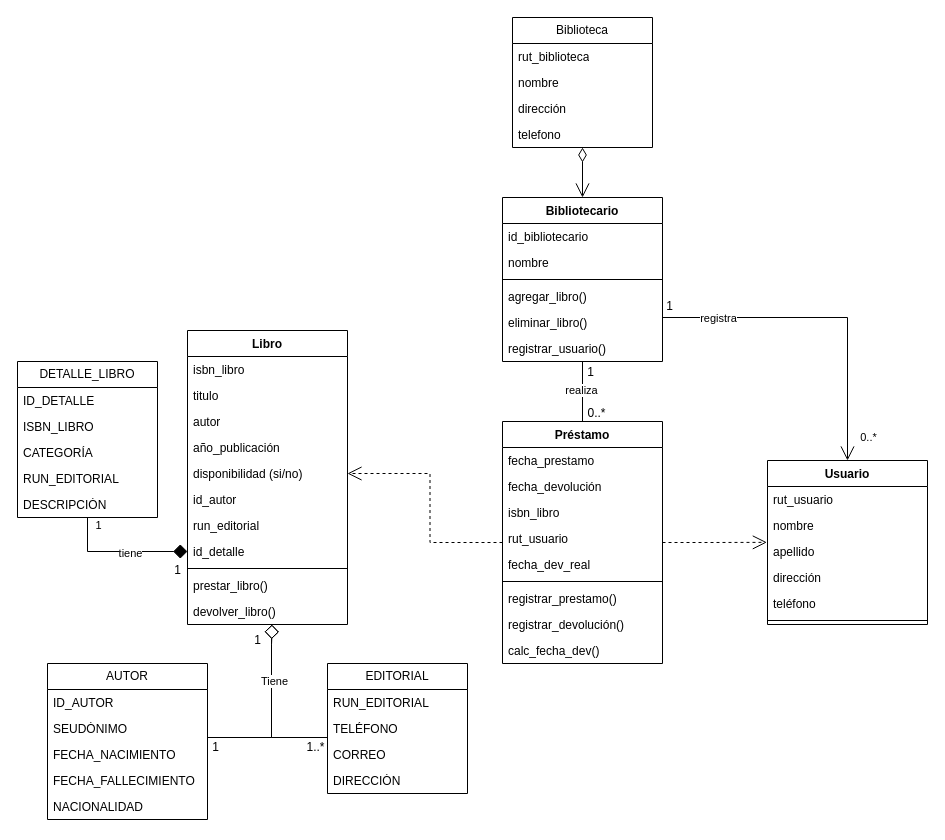
Above: Diagrama sin título.drawio in Wiccaos/POO (draw.io), before the change. Source tidied: cells renumbered, new cells numbered last; positions are measured from the earlier drawing's top-left corner, leaving out a move shared by most shapes. Both pictures are drawn from the tidied source at 100%, with x=0, y=0 at pixel (17, 17).
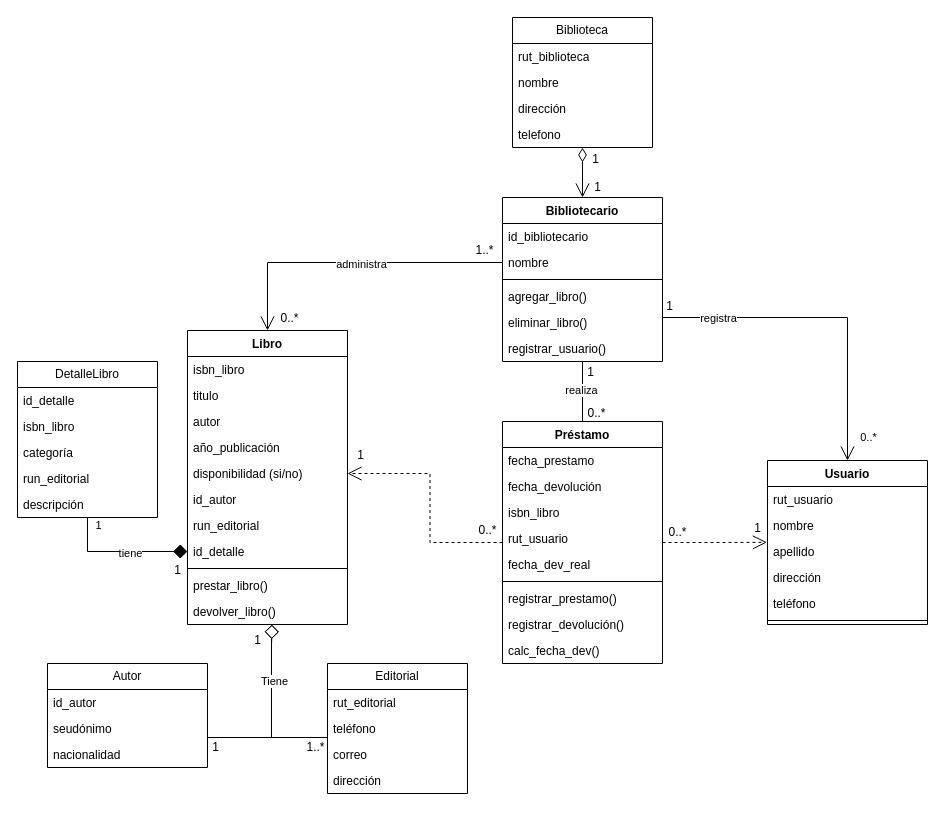
The same diagram, later.

The change refers to these unchanged cells:
```xml
<mxCell id="22" value="Libro" style="swimlane;fontStyle=1;align=center;verticalAlign=top;horizontal=1;startSize=26;whiteSpace=wrap;html=1;" parent="1" vertex="1">
  <mxGeometry x="170" y="313" width="160" height="294" as="geometry" />
</mxCell>
<mxCell id="48" value="nombre" style="text;strokeColor=none;fillColor=none;align=left;verticalAlign=top;spacingLeft=4;spacingRight=4;overflow=hidden;points=[[0,0.5],[1,0.5]];portConstraint=eastwest;whiteSpace=wrap;html=1;" parent="46" vertex="1">
  <mxGeometry y="52" width="160" height="26" as="geometry" />
</mxCell>
```

What changed in the source:
```diff
@@
-    <mxCell id="2" value="AUTOR" style="swimlane;fontStyle=0;horizontal=1;startSize=26;fillColor=none;whiteSpace=wrap;html=1;" parent="1" vertex="1">
-      <mxGeometry x="30" y="646" width="160" height="156" as="geometry" />
+    <mxCell id="2" value="Autor" style="swimlane;fontStyle=0;horizontal=1;startSize=26;fillColor=none;whiteSpace=wrap;html=1;" parent="1" vertex="1">
+      <mxGeometry x="30" y="646" width="160" height="104" as="geometry" />
     </mxCell>
-    <mxCell id="3" value="ID_AUTOR" style="text;strokeColor=none;fillColor=none;align=left;verticalAlign=top;spacingLeft=4;spacingRight=4;overflow=hidden;whiteSpace=wrap;html=1;" parent="2" vertex="1">
+    <mxCell id="3" value="id_autor" style="text;strokeColor=none;fillColor=none;align=left;verticalAlign=top;spacingLeft=4;spacingRight=4;overflow=hidden;whiteSpace=wrap;html=1;" parent="2" vertex="1">
       <mxGeometry y="26" width="160" height="26" as="geometry" />
     </mxCell>
-    <mxCell id="4" value="SEUDÓNIMO" style="text;strokeColor=none;fillColor=none;align=left;verticalAlign=top;spacingLeft=4;spacingRight=4;overflow=hidden;whiteSpace=wrap;html=1;" parent="2" vertex="1">
+    <mxCell id="4" value="seudónimo" style="text;strokeColor=none;fillColor=none;align=left;verticalAlign=top;spacingLeft=4;spacingRight=4;overflow=hidden;whiteSpace=wrap;html=1;" parent="2" vertex="1">
       <mxGeometry y="52" width="160" height="26" as="geometry" />
     </mxCell>
-    <mxCell id="5" value="FECHA_NACIMIENTO" style="text;strokeColor=none;fillColor=none;align=left;verticalAlign=top;spacingLeft=4;spacingRight=4;overflow=hidden;whiteSpace=wrap;html=1;" parent="2" vertex="1">
-      <mxGeometry y="78" width="160" height="26" as="geometry" />
-    </mxCell>
-    <mxCell id="6" value="FECHA_FALLECIMIENTO" style="text;strokeColor=none;fillColor=none;align=left;verticalAlign=top;spacingLeft=4;spacingRight=4;overflow=hidden;whiteSpace=wrap;html=1;" parent="2" vertex="1">
-      <mxGeometry y="104" width="160" height="26" as="geometry" />
-    </mxCell>
-    <mxCell id="7" value="NACIONALIDAD" style="text;strokeColor=none;fillColor=none;align=left;verticalAlign=top;spacingLeft=4;spacingRight=4;overflow=hidden;whiteSpace=wrap;html=1;" parent="2" vertex="1">
-      <mxGeometry y="130" width="160" height="26" as="geometry" />
+    <mxCell id="7" value="nacionalidad" style="text;strokeColor=none;fillColor=none;align=left;verticalAlign=top;spacingLeft=4;spacingRight=4;overflow=hidden;whiteSpace=wrap;html=1;" parent="2" vertex="1">
+      <mxGeometry y="78" width="160" height="26" as="geometry" />
     </mxCell>
-    <mxCell id="8" value="EDITORIAL" style="swimlane;fontStyle=0;horizontal=1;startSize=26;fillColor=none;whiteSpace=wrap;html=1;" parent="1" vertex="1">
+    <mxCell id="8" value="Editorial" style="swimlane;fontStyle=0;horizontal=1;startSize=26;fillColor=none;whiteSpace=wrap;html=1;" parent="1" vertex="1">
       <mxGeometry x="310" y="646" width="140" height="130" as="geometry" />
     </mxCell>
-    <mxCell id="9" value="RUN_EDITORIAL" style="text;strokeColor=none;fillColor=none;align=left;verticalAlign=top;spacingLeft=4;spacingRight=4;overflow=hidden;whiteSpace=wrap;html=1;" parent="8" vertex="1">
+    <mxCell id="9" value="rut_editorial" style="text;strokeColor=none;fillColor=none;align=left;verticalAlign=top;spacingLeft=4;spacingRight=4;overflow=hidden;whiteSpace=wrap;html=1;" parent="8" vertex="1">
       <mxGeometry y="26" width="140" height="26" as="geometry" />
     </mxCell>
-    <mxCell id="10" value="TELÉFONO" style="text;strokeColor=none;fillColor=none;align=left;verticalAlign=top;spacingLeft=4;spacingRight=4;overflow=hidden;whiteSpace=wrap;html=1;" parent="8" vertex="1">
+    <mxCell id="10" value="teléfono" style="text;strokeColor=none;fillColor=none;align=left;verticalAlign=top;spacingLeft=4;spacingRight=4;overflow=hidden;whiteSpace=wrap;html=1;" parent="8" vertex="1">
       <mxGeometry y="52" width="140" height="26" as="geometry" />
     </mxCell>
-    <mxCell id="11" value="CORREO" style="text;strokeColor=none;fillColor=none;align=left;verticalAlign=top;spacingLeft=4;spacingRight=4;overflow=hidden;whiteSpace=wrap;html=1;" parent="8" vertex="1">
+    <mxCell id="11" value="correo" style="text;strokeColor=none;fillColor=none;align=left;verticalAlign=top;spacingLeft=4;spacingRight=4;overflow=hidden;whiteSpace=wrap;html=1;" parent="8" vertex="1">
       <mxGeometry y="78" width="140" height="26" as="geometry" />
     </mxCell>
-    <mxCell id="12" value="DIRECCIÓN" style="text;strokeColor=none;fillColor=none;align=left;verticalAlign=top;spacingLeft=4;spacingRight=4;overflow=hidden;whiteSpace=wrap;html=1;" parent="8" vertex="1">
+    <mxCell id="12" value="dirección" style="text;strokeColor=none;fillColor=none;align=left;verticalAlign=top;spacingLeft=4;spacingRight=4;overflow=hidden;whiteSpace=wrap;html=1;" parent="8" vertex="1">
       <mxGeometry y="104" width="140" height="26" as="geometry" />
     </mxCell>
@@
-    <mxCell id="16" value="DETALLE_LIBRO" style="swimlane;fontStyle=0;horizontal=1;startSize=26;fillColor=none;whiteSpace=wrap;html=1;" parent="1" vertex="1">
+    <mxCell id="16" value="DetalleLibro" style="swimlane;fontStyle=0;horizontal=1;startSize=26;fillColor=none;whiteSpace=wrap;html=1;" parent="1" vertex="1">
       <mxGeometry y="344" width="140" height="156" as="geometry" />
     </mxCell>
-    <mxCell id="17" value="ID_DETALLE" style="text;strokeColor=none;fillColor=none;align=left;verticalAlign=top;spacingLeft=4;spacingRight=4;overflow=hidden;whiteSpace=wrap;html=1;" parent="16" vertex="1">
+    <mxCell id="17" value="id_detalle" style="text;strokeColor=none;fillColor=none;align=left;verticalAlign=top;spacingLeft=4;spacingRight=4;overflow=hidden;whiteSpace=wrap;html=1;" parent="16" vertex="1">
       <mxGeometry y="26" width="140" height="26" as="geometry" />
     </mxCell>
-    <mxCell id="18" value="ISBN_LIBRO" style="text;strokeColor=none;fillColor=none;align=left;verticalAlign=top;spacingLeft=4;spacingRight=4;overflow=hidden;whiteSpace=wrap;html=1;" parent="16" vertex="1">
+    <mxCell id="18" value="isbn_libro" style="text;strokeColor=none;fillColor=none;align=left;verticalAlign=top;spacingLeft=4;spacingRight=4;overflow=hidden;whiteSpace=wrap;html=1;" parent="16" vertex="1">
       <mxGeometry y="52" width="140" height="26" as="geometry" />
     </mxCell>
-    <mxCell id="19" value="CATEGORÍA" style="text;strokeColor=none;fillColor=none;align=left;verticalAlign=top;spacingLeft=4;spacingRight=4;overflow=hidden;whiteSpace=wrap;html=1;" parent="16" vertex="1">
+    <mxCell id="19" value="categoría" style="text;strokeColor=none;fillColor=none;align=left;verticalAlign=top;spacingLeft=4;spacingRight=4;overflow=hidden;whiteSpace=wrap;html=1;" parent="16" vertex="1">
       <mxGeometry y="78" width="140" height="26" as="geometry" />
     </mxCell>
-    <mxCell id="20" value="RUN_EDITORIAL" style="text;strokeColor=none;fillColor=none;align=left;verticalAlign=top;spacingLeft=4;spacingRight=4;overflow=hidden;whiteSpace=wrap;html=1;" parent="16" vertex="1">
+    <mxCell id="20" value="run_editorial" style="text;strokeColor=none;fillColor=none;align=left;verticalAlign=top;spacingLeft=4;spacingRight=4;overflow=hidden;whiteSpace=wrap;html=1;" parent="16" vertex="1">
       <mxGeometry y="104" width="140" height="26" as="geometry" />
     </mxCell>
-    <mxCell id="21" value="DESCRIPCIÓN" style="text;strokeColor=none;fillColor=none;align=left;verticalAlign=top;spacingLeft=4;spacingRight=4;overflow=hidden;whiteSpace=wrap;html=1;" parent="16" vertex="1">
+    <mxCell id="21" value="descripción" style="text;strokeColor=none;fillColor=none;align=left;verticalAlign=top;spacingLeft=4;spacingRight=4;overflow=hidden;whiteSpace=wrap;html=1;" parent="16" vertex="1">
       <mxGeometry y="130" width="140" height="26" as="geometry" />
     </mxCell>
@@
-    <mxCell id="65" value="Biblioteca" style="swimlane;fontStyle=0;horizontal=1;startSize=26;fillColor=none;whiteSpace=wrap;html=1;" parent="1" vertex="1">
+    <mxCell id="65" value="Biblioteca" style="swimlane;fontStyle=0;horizontal=1;startSize=26;whiteSpace=wrap;html=1;" parent="1" vertex="1">
       <mxGeometry x="495" width="140" height="130" as="geometry" />
     </mxCell>
@@
+    <mxCell id="81" value="0..*" style="text;html=1;align=center;verticalAlign=middle;strokeColor=none;fillColor=none;" parent="1" vertex="1">
+      <mxGeometry x="450" y="498" width="40" height="30" as="geometry" />
+    </mxCell>
+    <mxCell id="82" value="0..*" style="text;html=1;align=center;verticalAlign=middle;strokeColor=none;fillColor=none;" parent="1" vertex="1">
+      <mxGeometry x="640" y="500" width="40" height="30" as="geometry" />
+    </mxCell>
+    <mxCell id="83" value="1" style="text;html=1;align=center;verticalAlign=middle;strokeColor=none;fillColor=none;" parent="1" vertex="1">
+      <mxGeometry x="725" y="496" width="30" height="30" as="geometry" />
+    </mxCell>
+    <mxCell id="84" value="1" style="text;html=1;align=center;verticalAlign=middle;strokeColor=none;fillColor=none;" parent="1" vertex="1">
+      <mxGeometry x="328" y="423" width="30" height="30" as="geometry" />
+    </mxCell>
+    <mxCell id="85" value="1" style="text;html=1;align=center;verticalAlign=middle;strokeColor=none;fillColor=none;" parent="1" vertex="1">
+      <mxGeometry x="563" y="127" width="30" height="30" as="geometry" />
+    </mxCell>
+    <mxCell id="86" value="1" style="text;html=1;align=center;verticalAlign=middle;strokeColor=none;fillColor=none;" parent="1" vertex="1">
+      <mxGeometry x="565" y="155" width="30" height="30" as="geometry" />
+    </mxCell>
+    <mxCell id="87" style="edgeStyle=orthogonalEdgeStyle;rounded=0;jettySize=auto;html=1;entryX=0.5;entryY=0;entryDx=0;entryDy=0;endArrow=open;endFill=0;endSize=12;" parent="1" edge="1" source="48" target="22">
+      <mxGeometry relative="1" as="geometry" />
+    </mxCell>
+    <mxCell id="88" value="administra" style="edgeLabel;html=1;align=center;verticalAlign=middle;" parent="87" vertex="1">
+      <mxGeometry x="-0.06" y="1" relative="1" as="geometry" />
+    </mxCell>
+    <mxCell id="89" value="1..*" style="text;html=1;align=center;verticalAlign=middle;strokeColor=none;fillColor=none;" parent="1" vertex="1">
+      <mxGeometry x="447" y="218" width="40" height="30" as="geometry" />
+    </mxCell>
+    <mxCell id="90" value="0..*" style="text;html=1;align=center;verticalAlign=middle;strokeColor=none;fillColor=none;" parent="1" vertex="1">
+      <mxGeometry x="252" y="286" width="40" height="30" as="geometry" />
+    </mxCell>
```
